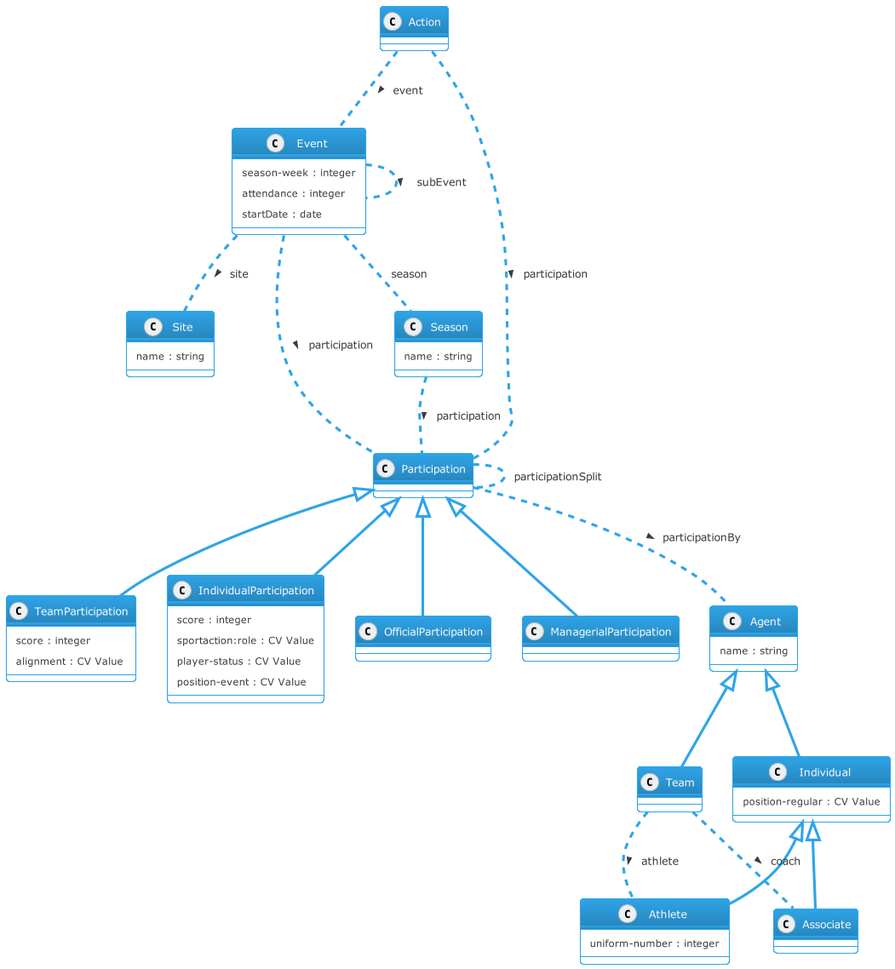
This is docs/diagrams/iptc-sport-model.png from iptc/sport-schema, a PlantUML export, as it was before one commit.
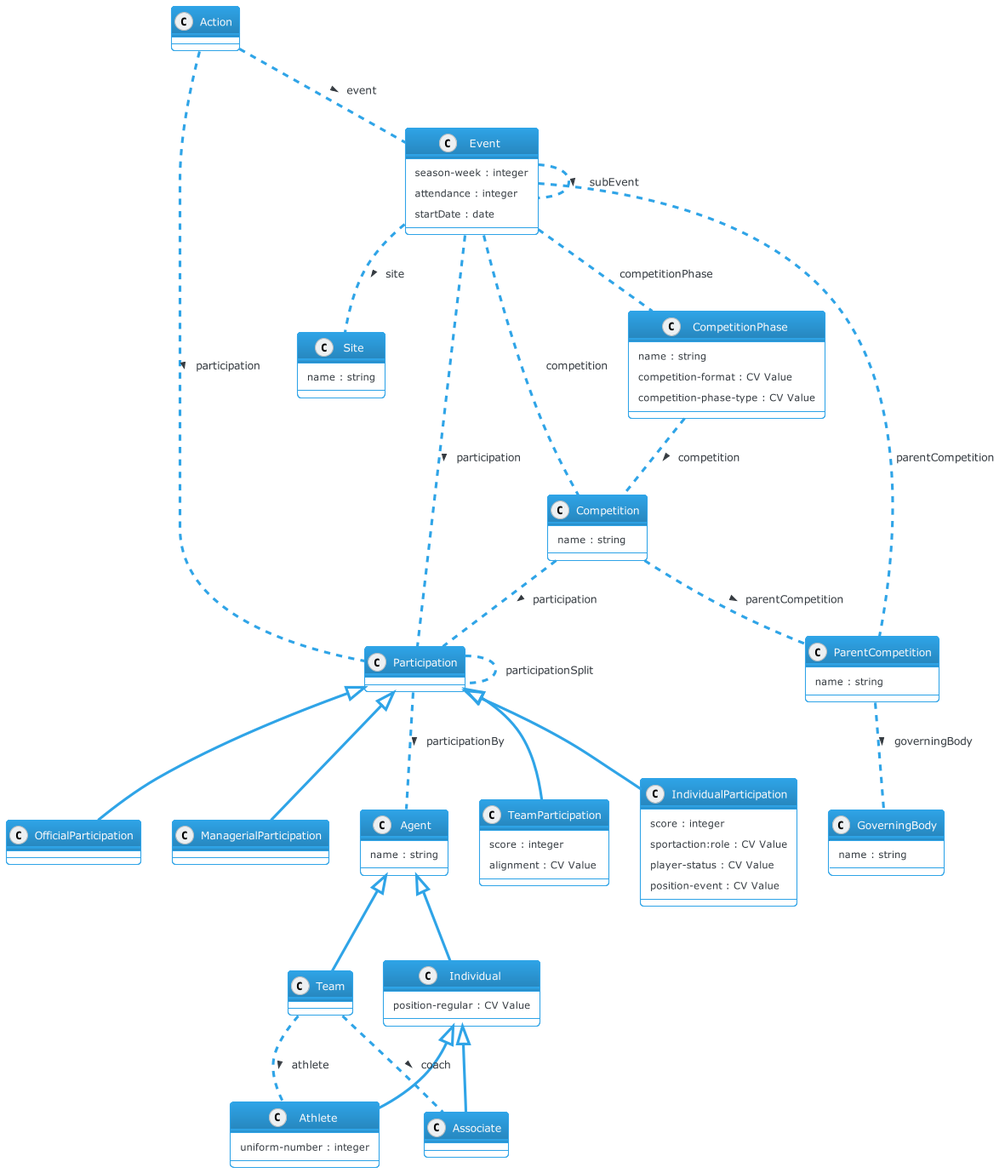
After the commit.

Commit message:
Adding competition phase to diagram

Change to the diagram source:
```diff
@@ -2,8 +2,22 @@
 !theme cerulean-outline
 
 
-class Season {
+class GoverningBody {
   name : string
+}
+
+class ParentCompetition {
+  name : string
+}
+
+class Competition {
+  name : string
+}
+
+class CompetitionPhase {
+  name : string
+  competition-format : CV Value
+  competition-phase-type : CV Value
 }
 
 class Event {
@@ -61,11 +75,17 @@
 }
 
 
+
 Action .. Event : > event
-Event .. Season : season
+Competition .. ParentCompetition : > parentCompetition
+CompetitionPhase .. Competition : > competition
+ParentCompetition .. GoverningBody : > governingBody
+Event .. Competition : competition
+Event .. ParentCompetition : parentCompetition
+Event .. CompetitionPhase : competitionPhase
 Action .. Participation : > participation
 Event .. Participation : > participation
-Season .. Participation : > participation
+Competition .. Participation : > participation
 Participation .. Participation : participationSplit
 Event .. Event : > subEvent
 Participation .. Agent : > participationBy
```
